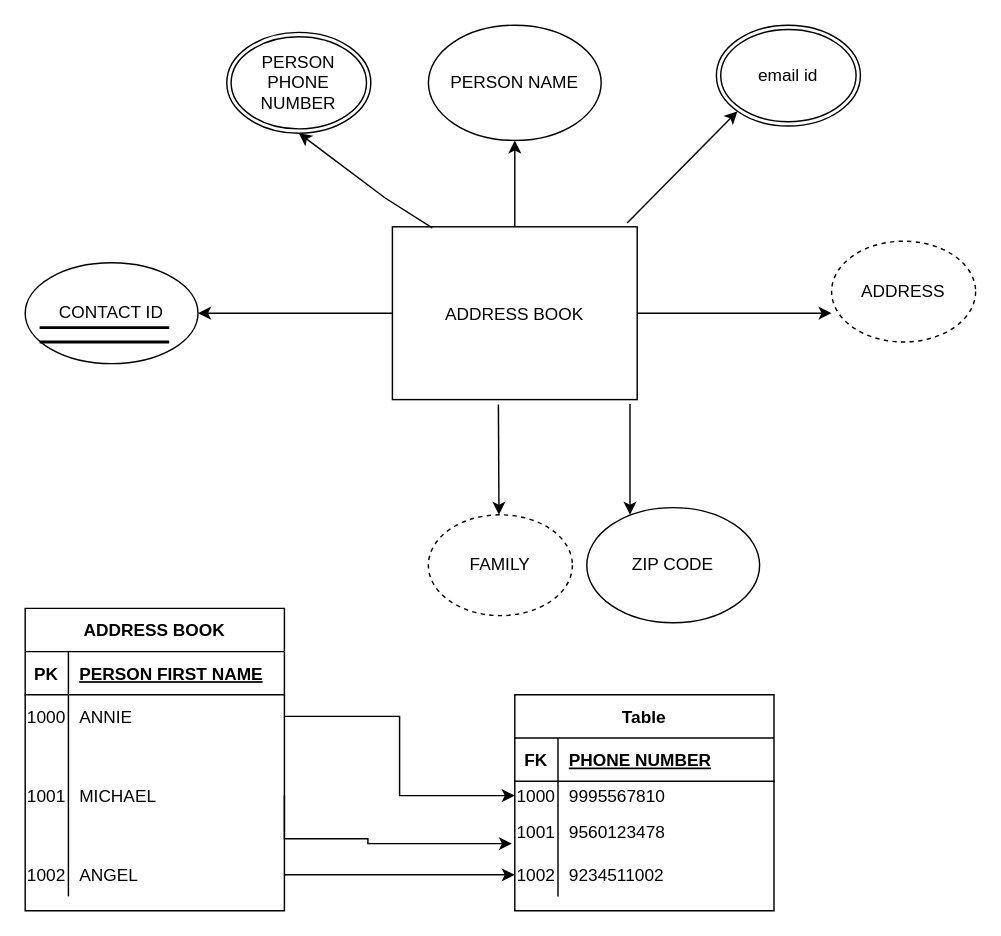
Earlier version of the draw.io diagram AddressBook/AddressBook/ER_DIAGRAM.drawio (Hindhujha/AddressBook_SQL). Source tidied: cells renumbered, new cells numbered last; positions are measured from the earlier drawing's top-left corner, leaving out a move shared by most shapes. Both pictures are drawn from the tidied source at 144%, with x=0, y=0 at pixel (24, 24).
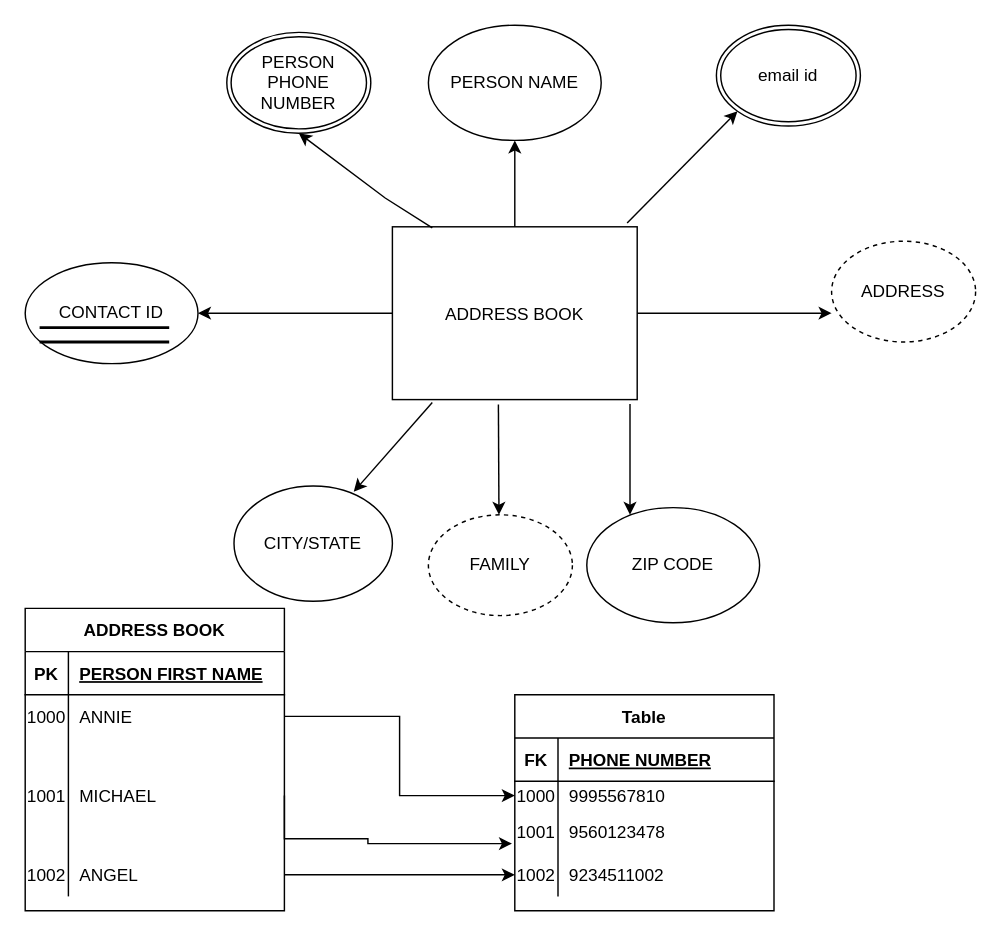
The same diagram, later.

Unchanged cells that the change refers to:
```xml
<mxCell id="2" value="ADDRESS BOOK" style="EMPLOYEE;" parent="1" vertex="1">
  <mxGeometry x="255" y="140" width="170" height="120" as="geometry" />
</mxCell>
```

The edit, as a diff of the source:
```diff
@@
+    <mxCell id="50" value="CITY/STATE" style="ellipse;whiteSpace=wrap;html=1;strokeColor=#000000;" parent="1" vertex="1">
+      <mxGeometry x="145" y="320" width="110" height="80" as="geometry" />
+    </mxCell>
+    <mxCell id="51" style="endArrow=classic;html=1;rounded=0;exitX=0.163;exitY=1.017;exitDx=0;exitDy=0;exitPerimeter=0;entryX=0.756;entryY=0.05;entryDx=0;entryDy=0;entryPerimeter=0;" parent="1" edge="1" source="2" target="50">
+      <mxGeometry relative="1" as="geometry" />
+    </mxCell>
```
